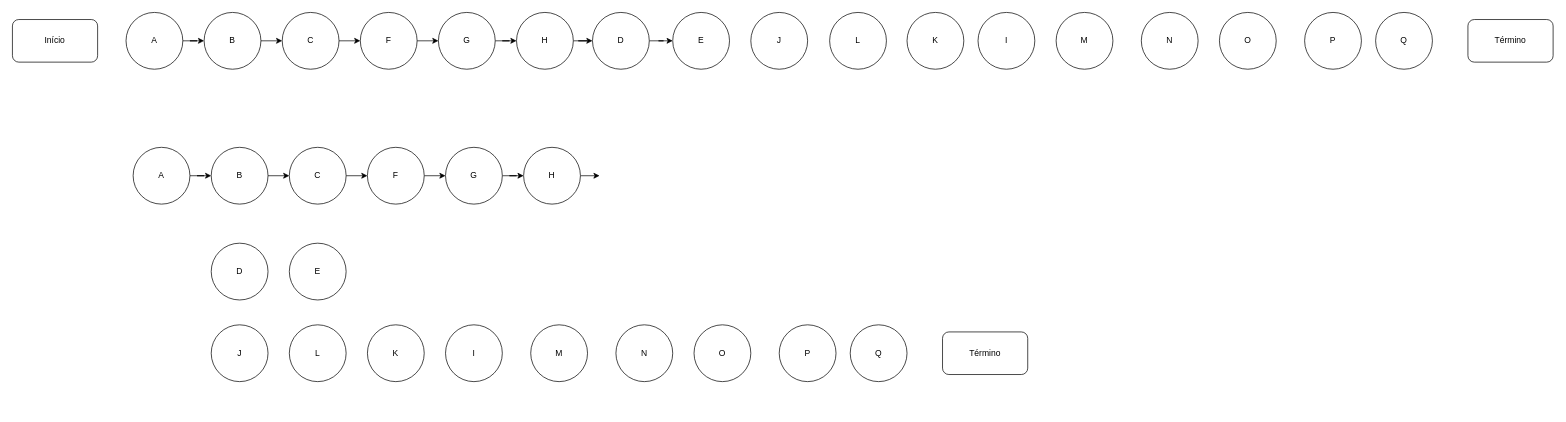
This is Diagrama sem nome.drawio from IzadoraFernandes/Arquitetura, a draw.io file, before an edit. Source tidied: cells renumbered, new cells numbered last; positions are measured from the earlier drawing's top-left corner, leaving out a move shared by most shapes. Both pictures are drawn from the tidied source at 71%, with x=0, y=0 at pixel (12, 12).
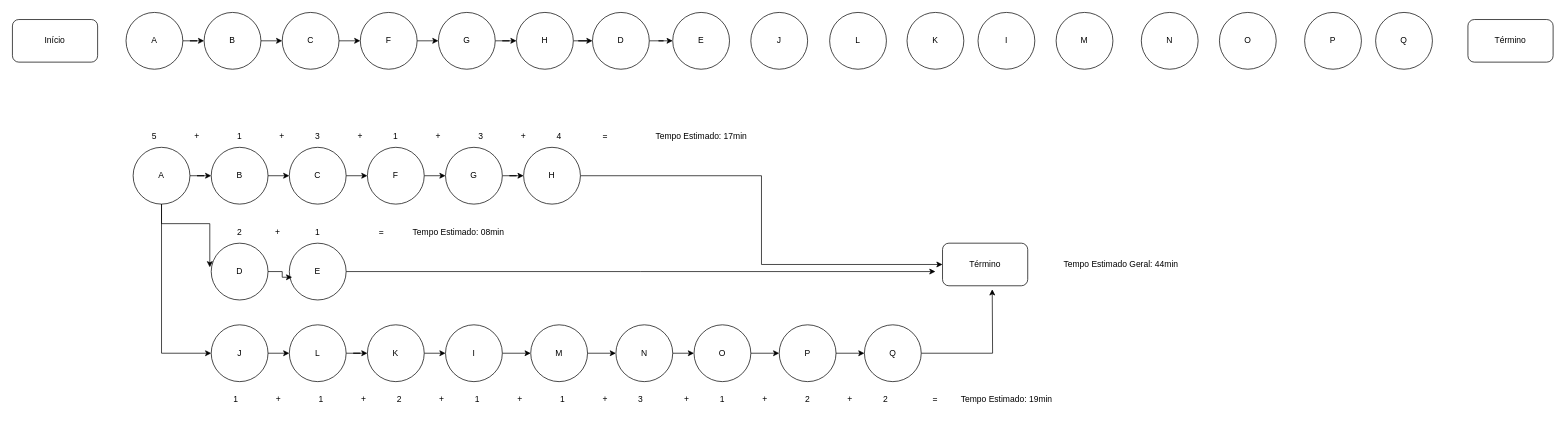
The same page after the edit.

Unchanged cells that the change refers to:
```xml
<mxCell id="28" value="D" style="ellipse;whiteSpace=wrap;html=1;" parent="1" vertex="1">
  <mxGeometry x="280" y="325" width="80" height="80" as="geometry" />
</mxCell>
<mxCell id="30" value="A" style="ellipse;whiteSpace=wrap;html=1;" parent="1" vertex="1">
  <mxGeometry x="170" y="190" width="80" height="80" as="geometry" />
</mxCell>
<mxCell id="40" value="H" style="ellipse;whiteSpace=wrap;html=1;" parent="1" vertex="1">
  <mxGeometry x="720" y="190" width="80" height="80" as="geometry" />
</mxCell>
<mxCell id="41" value="E" style="ellipse;whiteSpace=wrap;html=1;" parent="1" vertex="1">
  <mxGeometry x="390" y="325" width="80" height="80" as="geometry" />
</mxCell>
<mxCell id="42" value="J" style="ellipse;whiteSpace=wrap;html=1;" parent="1" vertex="1">
  <mxGeometry x="280" y="440" width="80" height="80" as="geometry" />
</mxCell>
<mxCell id="43" value="L" style="ellipse;whiteSpace=wrap;html=1;" parent="1" vertex="1">
  <mxGeometry x="390" y="440" width="80" height="80" as="geometry" />
</mxCell>
<mxCell id="44" value="K" style="ellipse;whiteSpace=wrap;html=1;" parent="1" vertex="1">
  <mxGeometry x="500" y="440" width="80" height="80" as="geometry" />
</mxCell>
<mxCell id="45" value="I" style="ellipse;whiteSpace=wrap;html=1;" parent="1" vertex="1">
  <mxGeometry x="610" y="440" width="80" height="80" as="geometry" />
</mxCell>
<mxCell id="46" value="M" style="ellipse;whiteSpace=wrap;html=1;" parent="1" vertex="1">
  <mxGeometry x="730" y="440" width="80" height="80" as="geometry" />
</mxCell>
<mxCell id="47" value="N" style="ellipse;whiteSpace=wrap;html=1;" parent="1" vertex="1">
  <mxGeometry x="850" y="440" width="80" height="80" as="geometry" />
</mxCell>
<mxCell id="48" value="O" style="ellipse;whiteSpace=wrap;html=1;" parent="1" vertex="1">
  <mxGeometry x="960" y="440" width="80" height="80" as="geometry" />
</mxCell>
<mxCell id="49" value="P" style="ellipse;whiteSpace=wrap;html=1;" parent="1" vertex="1">
  <mxGeometry x="1080" y="440" width="80" height="80" as="geometry" />
</mxCell>
```

The edit, as a diff of the source:
```diff
@@
+    <mxCell id="52" style="edgeStyle=orthogonalEdgeStyle;rounded=0;jettySize=auto;html=1;entryX=0;entryY=0.5;entryDx=0;entryDy=0;exitX=0.5;exitY=1;exitDx=0;exitDy=0;" parent="1" edge="1" source="30" target="42">
+      <mxGeometry relative="1" as="geometry" />
+    </mxCell>
@@
-    <mxCell id="39" style="edgeStyle=orthogonalEdgeStyle;rounded=0;jettySize=auto;html=1;" parent="1" edge="1" source="40">
-      <mxGeometry relative="1" as="geometry">
-        <mxPoint x="827" y="230" as="targetPoint" />
-      </mxGeometry>
+    <mxCell id="39" style="edgeStyle=orthogonalEdgeStyle;rounded=0;jettySize=auto;html=1;entryX=0;entryY=0.5;entryDx=0;entryDy=0;" parent="1" edge="1" source="40" target="51">
+      <mxGeometry relative="1" as="geometry" />
     </mxCell>
@@
+    <mxCell id="53" style="edgeStyle=orthogonalEdgeStyle;rounded=0;jettySize=auto;html=1;exitX=1;exitY=0.5;exitDx=0;exitDy=0;" parent="1" edge="1" source="41">
+      <mxGeometry relative="1" as="geometry">
+        <mxPoint x="1300" y="365" as="targetPoint" />
+      </mxGeometry>
+    </mxCell>
@@
+    <mxCell id="54" style="edgeStyle=orthogonalEdgeStyle;rounded=0;jettySize=auto;html=1;exitX=1;exitY=0.5;exitDx=0;exitDy=0;entryX=0;entryY=0.5;entryDx=0;entryDy=0;" parent="1" edge="1" source="42" target="43">
+      <mxGeometry relative="1" as="geometry" />
+    </mxCell>
@@
+    <mxCell id="55" style="edgeStyle=orthogonalEdgeStyle;rounded=0;jettySize=auto;html=1;exitX=1;exitY=0.5;exitDx=0;exitDy=0;" parent="1" edge="1" source="43" target="44">
+      <mxGeometry relative="1" as="geometry" />
+    </mxCell>
@@
+    <mxCell id="56" style="edgeStyle=orthogonalEdgeStyle;rounded=0;jettySize=auto;html=1;exitX=1;exitY=0.5;exitDx=0;exitDy=0;entryX=0;entryY=0.5;entryDx=0;entryDy=0;" parent="1" edge="1" source="44" target="45">
+      <mxGeometry relative="1" as="geometry" />
+    </mxCell>
@@
+    <mxCell id="57" style="edgeStyle=orthogonalEdgeStyle;rounded=0;jettySize=auto;html=1;exitX=1;exitY=0.5;exitDx=0;exitDy=0;entryX=0;entryY=0.5;entryDx=0;entryDy=0;" parent="1" edge="1" source="45" target="46">
+      <mxGeometry relative="1" as="geometry" />
+    </mxCell>
@@
+    <mxCell id="58" style="edgeStyle=orthogonalEdgeStyle;rounded=0;jettySize=auto;html=1;exitX=1;exitY=0.5;exitDx=0;exitDy=0;entryX=0;entryY=0.5;entryDx=0;entryDy=0;" parent="1" edge="1" source="46" target="47">
+      <mxGeometry relative="1" as="geometry" />
+    </mxCell>
@@
+    <mxCell id="59" style="edgeStyle=orthogonalEdgeStyle;rounded=0;jettySize=auto;html=1;exitX=1;exitY=0.5;exitDx=0;exitDy=0;entryX=0;entryY=0.5;entryDx=0;entryDy=0;" parent="1" edge="1" source="47" target="48">
+      <mxGeometry relative="1" as="geometry" />
+    </mxCell>
@@
+    <mxCell id="60" style="edgeStyle=orthogonalEdgeStyle;rounded=0;jettySize=auto;html=1;exitX=1;exitY=0.5;exitDx=0;exitDy=0;" parent="1" edge="1" source="48" target="49">
+      <mxGeometry relative="1" as="geometry" />
+    </mxCell>
@@
+    <mxCell id="61" style="edgeStyle=orthogonalEdgeStyle;rounded=0;jettySize=auto;html=1;exitX=1;exitY=0.5;exitDx=0;exitDy=0;" parent="1" edge="1" source="49" target="50">
+      <mxGeometry relative="1" as="geometry" />
+    </mxCell>
@@
+    <mxCell id="62" style="edgeStyle=orthogonalEdgeStyle;rounded=0;jettySize=auto;html=1;exitX=1;exitY=0.5;exitDx=0;exitDy=0;" parent="1" edge="1" source="50">
+      <mxGeometry relative="1" as="geometry">
+        <mxPoint x="1380" y="390" as="targetPoint" />
+      </mxGeometry>
+    </mxCell>
     <mxCell id="50" value="Q" style="ellipse;whiteSpace=wrap;html=1;" parent="1" vertex="1">
-      <mxGeometry x="1180" y="440" width="80" height="80" as="geometry" />
+      <mxGeometry x="1200" y="440" width="80" height="80" as="geometry" />
     </mxCell>
     <mxCell id="51" value="Término" style="rounded=1;whiteSpace=wrap;html=1;" parent="1" vertex="1">
-      <mxGeometry x="1310" y="450" width="120" height="60" as="geometry" />
+      <mxGeometry x="1310" y="325" width="120" height="60" as="geometry" />
     </mxCell>
+    <mxCell id="63" style="edgeStyle=orthogonalEdgeStyle;rounded=0;jettySize=auto;html=1;exitX=0.5;exitY=1;exitDx=0;exitDy=0;entryX=-0.025;entryY=0.425;entryDx=0;entryDy=0;entryPerimeter=0;" parent="1" edge="1" source="30" target="28">
+      <mxGeometry relative="1" as="geometry" />
+    </mxCell>
+    <mxCell id="64" style="edgeStyle=orthogonalEdgeStyle;rounded=0;jettySize=auto;html=1;entryX=0.05;entryY=0.6;entryDx=0;entryDy=0;entryPerimeter=0;" parent="1" edge="1" source="28" target="41">
+      <mxGeometry relative="1" as="geometry" />
+    </mxCell>
+    <mxCell id="65" value="5" style="text;html=1;strokeColor=none;fillColor=none;align=center;verticalAlign=middle;whiteSpace=wrap;rounded=0;" parent="1" vertex="1">
+      <mxGeometry x="170" y="160" width="60" height="30" as="geometry" />
+    </mxCell>
+    <mxCell id="66" value="1" style="text;html=1;strokeColor=none;fillColor=none;align=center;verticalAlign=middle;whiteSpace=wrap;rounded=0;" parent="1" vertex="1">
+      <mxGeometry x="290" y="160" width="60" height="30" as="geometry" />
+    </mxCell>
+    <mxCell id="67" value="3" style="text;html=1;strokeColor=none;fillColor=none;align=center;verticalAlign=middle;whiteSpace=wrap;rounded=0;" parent="1" vertex="1">
+      <mxGeometry x="400" y="160" width="60" height="30" as="geometry" />
+    </mxCell>
+    <mxCell id="68" value="+" style="text;html=1;strokeColor=none;fillColor=none;align=center;verticalAlign=middle;whiteSpace=wrap;rounded=0;" parent="1" vertex="1">
+      <mxGeometry x="350" y="160" width="60" height="30" as="geometry" />
+    </mxCell>
+    <mxCell id="69" value="+" style="text;html=1;strokeColor=none;fillColor=none;align=center;verticalAlign=middle;whiteSpace=wrap;rounded=0;" parent="1" vertex="1">
+      <mxGeometry x="230" y="160" width="60" height="30" as="geometry" />
+    </mxCell>
+    <mxCell id="70" value="1" style="text;html=1;strokeColor=none;fillColor=none;align=center;verticalAlign=middle;whiteSpace=wrap;rounded=0;" parent="1" vertex="1">
+      <mxGeometry x="510" y="160" width="60" height="30" as="geometry" />
+    </mxCell>
+    <mxCell id="71" value="3" style="text;html=1;strokeColor=none;fillColor=none;align=center;verticalAlign=middle;whiteSpace=wrap;rounded=0;" parent="1" vertex="1">
+      <mxGeometry x="630" y="160" width="60" height="30" as="geometry" />
+    </mxCell>
+    <mxCell id="72" value="4" style="text;html=1;strokeColor=none;fillColor=none;align=center;verticalAlign=middle;whiteSpace=wrap;rounded=0;" parent="1" vertex="1">
+      <mxGeometry x="740" y="160" width="60" height="30" as="geometry" />
+    </mxCell>
+    <mxCell id="73" value="+" style="text;html=1;strokeColor=none;fillColor=none;align=center;verticalAlign=middle;whiteSpace=wrap;rounded=0;" parent="1" vertex="1">
+      <mxGeometry x="690" y="160" width="60" height="30" as="geometry" />
+    </mxCell>
+    <mxCell id="74" value="+" style="text;html=1;strokeColor=none;fillColor=none;align=center;verticalAlign=middle;whiteSpace=wrap;rounded=0;" parent="1" vertex="1">
+      <mxGeometry x="570" y="160" width="60" height="30" as="geometry" />
+    </mxCell>
+    <mxCell id="75" value="1" style="text;html=1;strokeColor=none;fillColor=none;align=center;verticalAlign=middle;whiteSpace=wrap;rounded=0;" parent="1" vertex="1">
+      <mxGeometry x="285" y="530" width="60" height="30" as="geometry" />
+    </mxCell>
+    <mxCell id="76" value="1" style="text;html=1;strokeColor=none;fillColor=none;align=center;verticalAlign=middle;whiteSpace=wrap;rounded=0;" parent="1" vertex="1">
+      <mxGeometry x="405" y="530" width="60" height="30" as="geometry" />
+    </mxCell>
+    <mxCell id="77" value="2" style="text;html=1;strokeColor=none;fillColor=none;align=center;verticalAlign=middle;whiteSpace=wrap;rounded=0;" parent="1" vertex="1">
+      <mxGeometry x="515" y="530" width="60" height="30" as="geometry" />
+    </mxCell>
+    <mxCell id="78" value="+" style="text;html=1;strokeColor=none;fillColor=none;align=center;verticalAlign=middle;whiteSpace=wrap;rounded=0;" parent="1" vertex="1">
+      <mxGeometry x="465" y="530" width="60" height="30" as="geometry" />
+    </mxCell>
+    <mxCell id="79" value="+" style="text;html=1;strokeColor=none;fillColor=none;align=center;verticalAlign=middle;whiteSpace=wrap;rounded=0;" parent="1" vertex="1">
+      <mxGeometry x="345" y="530" width="60" height="30" as="geometry" />
+    </mxCell>
+    <mxCell id="80" value="1" style="text;html=1;strokeColor=none;fillColor=none;align=center;verticalAlign=middle;whiteSpace=wrap;rounded=0;" parent="1" vertex="1">
+      <mxGeometry x="625" y="530" width="60" height="30" as="geometry" />
+    </mxCell>
+    <mxCell id="81" value="1" style="text;html=1;strokeColor=none;fillColor=none;align=center;verticalAlign=middle;whiteSpace=wrap;rounded=0;" parent="1" vertex="1">
+      <mxGeometry x="745" y="530" width="60" height="30" as="geometry" />
+    </mxCell>
+    <mxCell id="82" value="3" style="text;html=1;strokeColor=none;fillColor=none;align=center;verticalAlign=middle;whiteSpace=wrap;rounded=0;" parent="1" vertex="1">
+      <mxGeometry x="855" y="530" width="60" height="30" as="geometry" />
+    </mxCell>
+    <mxCell id="83" value="+" style="text;html=1;strokeColor=none;fillColor=none;align=center;verticalAlign=middle;whiteSpace=wrap;rounded=0;" parent="1" vertex="1">
+      <mxGeometry x="805" y="530" width="60" height="30" as="geometry" />
+    </mxCell>
+    <mxCell id="84" value="+" style="text;html=1;strokeColor=none;fillColor=none;align=center;verticalAlign=middle;whiteSpace=wrap;rounded=0;" parent="1" vertex="1">
+      <mxGeometry x="685" y="530" width="60" height="30" as="geometry" />
+    </mxCell>
+    <mxCell id="85" value="1" style="text;html=1;strokeColor=none;fillColor=none;align=center;verticalAlign=middle;whiteSpace=wrap;rounded=0;" parent="1" vertex="1">
+      <mxGeometry x="970" y="530" width="60" height="30" as="geometry" />
+    </mxCell>
+    <mxCell id="86" value="2" style="text;html=1;strokeColor=none;fillColor=none;align=center;verticalAlign=middle;whiteSpace=wrap;rounded=0;" parent="1" vertex="1">
+      <mxGeometry x="1090" y="530" width="60" height="30" as="geometry" />
+    </mxCell>
+    <mxCell id="87" value="2" style="text;html=1;strokeColor=none;fillColor=none;align=center;verticalAlign=middle;whiteSpace=wrap;rounded=0;" parent="1" vertex="1">
+      <mxGeometry x="1200" y="530" width="60" height="30" as="geometry" />
+    </mxCell>
+    <mxCell id="88" value="+" style="text;html=1;strokeColor=none;fillColor=none;align=center;verticalAlign=middle;whiteSpace=wrap;rounded=0;" parent="1" vertex="1">
+      <mxGeometry x="1150" y="530" width="60" height="30" as="geometry" />
+    </mxCell>
+    <mxCell id="89" value="+" style="text;html=1;strokeColor=none;fillColor=none;align=center;verticalAlign=middle;whiteSpace=wrap;rounded=0;" parent="1" vertex="1">
+      <mxGeometry x="1030" y="530" width="60" height="30" as="geometry" />
+    </mxCell>
+    <mxCell id="90" value="+" style="text;html=1;strokeColor=none;fillColor=none;align=center;verticalAlign=middle;whiteSpace=wrap;rounded=0;" parent="1" vertex="1">
+      <mxGeometry x="460" y="160" width="60" height="30" as="geometry" />
+    </mxCell>
+    <mxCell id="91" value="+" style="text;html=1;strokeColor=none;fillColor=none;align=center;verticalAlign=middle;whiteSpace=wrap;rounded=0;" parent="1" vertex="1">
+      <mxGeometry x="575" y="530" width="60" height="30" as="geometry" />
+    </mxCell>
+    <mxCell id="92" value="2" style="text;html=1;strokeColor=none;fillColor=none;align=center;verticalAlign=middle;whiteSpace=wrap;rounded=0;" parent="1" vertex="1">
+      <mxGeometry x="290" y="295" width="60" height="30" as="geometry" />
+    </mxCell>
+    <mxCell id="93" value="1" style="text;html=1;strokeColor=none;fillColor=none;align=center;verticalAlign=middle;whiteSpace=wrap;rounded=0;" parent="1" vertex="1">
+      <mxGeometry x="400" y="295" width="60" height="30" as="geometry" />
+    </mxCell>
+    <mxCell id="94" value="+" style="text;html=1;strokeColor=none;fillColor=none;align=center;verticalAlign=middle;whiteSpace=wrap;rounded=0;" parent="1" vertex="1">
+      <mxGeometry x="344" y="295" width="60" height="30" as="geometry" />
+    </mxCell>
+    <mxCell id="95" value="+" style="text;html=1;strokeColor=none;fillColor=none;align=center;verticalAlign=middle;whiteSpace=wrap;rounded=0;" parent="1" vertex="1">
+      <mxGeometry x="920" y="530" width="60" height="30" as="geometry" />
+    </mxCell>
+    <mxCell id="96" value="=" style="text;html=1;strokeColor=none;fillColor=none;align=center;verticalAlign=middle;whiteSpace=wrap;rounded=0;" parent="1" vertex="1">
+      <mxGeometry x="1270" y="530" width="60" height="30" as="geometry" />
+    </mxCell>
+    <mxCell id="97" value="=" style="text;html=1;strokeColor=none;fillColor=none;align=center;verticalAlign=middle;whiteSpace=wrap;rounded=0;" parent="1" vertex="1">
+      <mxGeometry x="490" y="295" width="60" height="30" as="geometry" />
+    </mxCell>
+    <mxCell id="98" value="=" style="text;html=1;strokeColor=none;fillColor=none;align=center;verticalAlign=middle;whiteSpace=wrap;rounded=0;" parent="1" vertex="1">
+      <mxGeometry x="805" y="160" width="60" height="30" as="geometry" />
+    </mxCell>
+    <mxCell id="99" value="Tempo Estimado: 17min " style="text;html=1;strokeColor=none;fillColor=none;align=center;verticalAlign=middle;whiteSpace=wrap;rounded=0;" parent="1" vertex="1">
+      <mxGeometry x="878.5" y="160" width="183" height="30" as="geometry" />
+    </mxCell>
+    <mxCell id="100" value="Tempo Estimado: 08min " style="text;html=1;strokeColor=none;fillColor=none;align=center;verticalAlign=middle;whiteSpace=wrap;rounded=0;" parent="1" vertex="1">
+      <mxGeometry x="537" y="295" width="183" height="30" as="geometry" />
+    </mxCell>
+    <mxCell id="101" value="Tempo Estimado: 19min " style="text;html=1;strokeColor=none;fillColor=none;align=center;verticalAlign=middle;whiteSpace=wrap;rounded=0;" parent="1" vertex="1">
+      <mxGeometry x="1308.5" y="530" width="183" height="30" as="geometry" />
+    </mxCell>
+    <mxCell id="102" value="Tempo Estimado Geral: 44min " style="text;html=1;strokeColor=none;fillColor=none;align=center;verticalAlign=middle;whiteSpace=wrap;rounded=0;" parent="1" vertex="1">
+      <mxGeometry x="1470" y="340" width="183" height="30" as="geometry" />
+    </mxCell>
```
